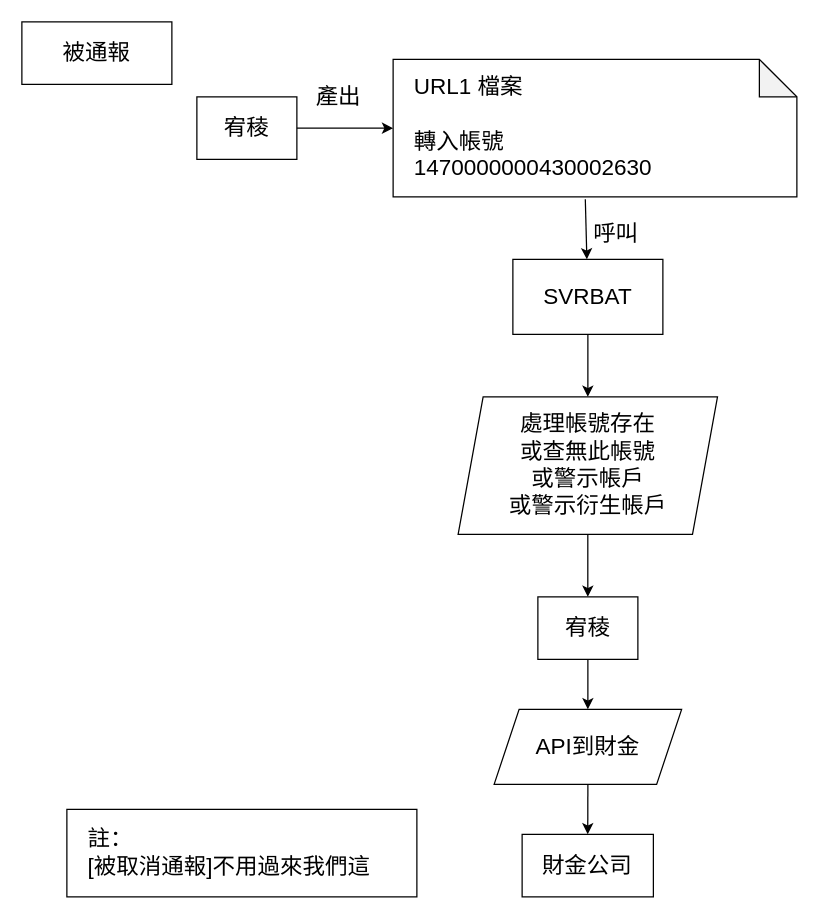
yeahyeah0606/yeahyeah0606.github.io keeps this draw.io diagram as page "被通報" (6 of 6) of 約轉灰名單架構.drawio. Above is the earlier version. Source tidied: cells renumbered, new cells numbered last; positions are measured from the earlier drawing's top-left corner, leaving out a move shared by most shapes. Both pictures are drawn from the tidied source at 125%, with x=0, y=0 at pixel (21, 21).
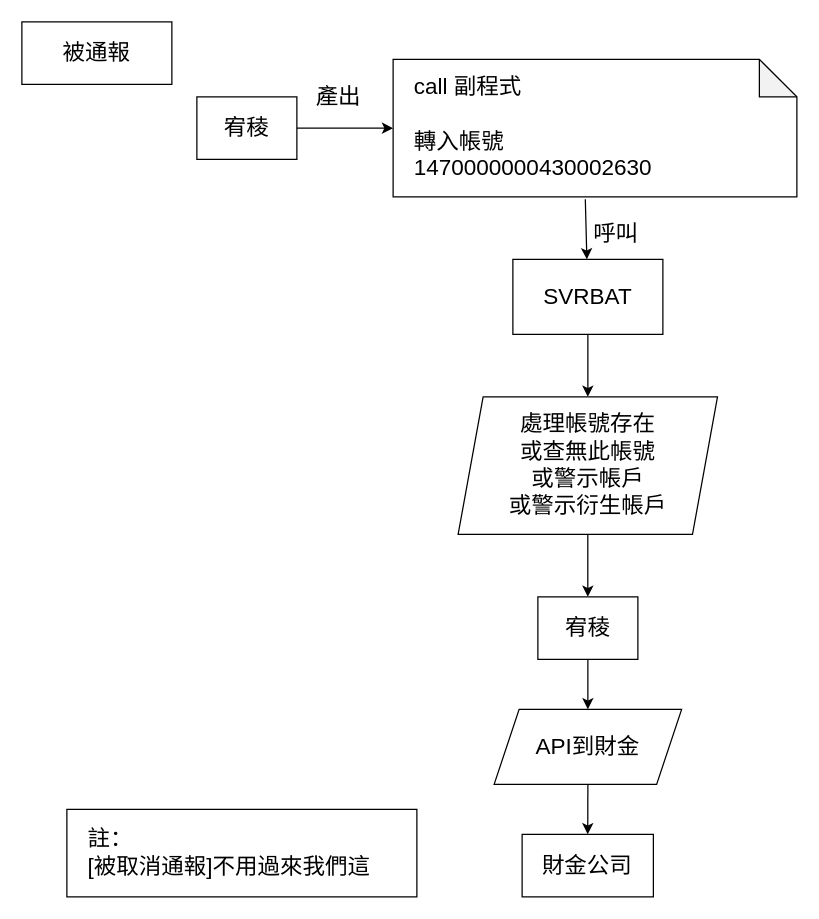
Above is the later version.

The edit, as a diff of the source:
```diff
@@
 <mxGraphModel>
   <root>
     <mxCell id="0" />
     <mxCell id="1" parent="0" />
     <mxCell id="2" value="&lt;font style=&quot;font-size: 18px;&quot;&gt;&amp;nbsp; &amp;nbsp;註：&lt;br&gt;&amp;nbsp; &amp;nbsp;[被取消通報]不用過來我們這&lt;/font&gt;" style="rounded=0;whiteSpace=wrap;html=1;align=left;" parent="1" vertex="1">
       <mxGeometry x="36" y="630" width="280" height="70" as="geometry" />
     </mxCell>
     <mxCell id="3" value="&lt;font style=&quot;font-size: 18px;&quot;&gt;宥稜&lt;/font&gt;" style="rounded=0;whiteSpace=wrap;html=1;" parent="1" vertex="1">
       <mxGeometry x="140" y="60" width="80" height="50" as="geometry" />
     </mxCell>
     <mxCell id="4" value="&lt;font style=&quot;font-size: 18px;&quot;&gt;SVRBAT&lt;/font&gt;" style="rounded=0;whiteSpace=wrap;html=1;" parent="1" vertex="1">
       <mxGeometry x="392.8" y="190" width="120" height="60" as="geometry" />
     </mxCell>
     <mxCell id="5" value="&lt;span style=&quot;font-size: 18px;&quot;&gt;呼叫&lt;/span&gt;" style="text;html=1;align=center;verticalAlign=middle;strokeColor=none;fillColor=none;" parent="1" vertex="1">
       <mxGeometry x="445.2" y="150" width="60" height="40" as="geometry" />
     </mxCell>
     <mxCell id="6" value="&lt;font style=&quot;font-size: 18px;&quot;&gt;處理帳號存在&lt;br&gt;或查無此帳號&lt;br&gt;或警示帳戶&lt;br&gt;或警示衍生帳戶&lt;br&gt;&lt;/font&gt;" style="shape=parallelogram;perimeter=parallelogramPerimeter;whiteSpace=wrap;html=1;fixedSize=1;" parent="1" vertex="1">
       <mxGeometry x="349" y="300" width="207.5" height="110" as="geometry" />
     </mxCell>
     <mxCell id="7" value="&lt;font style=&quot;font-size: 18px;&quot;&gt;宥稜&lt;/font&gt;" style="rounded=0;whiteSpace=wrap;html=1;" parent="1" vertex="1">
       <mxGeometry x="412.8" y="460" width="80" height="50" as="geometry" />
     </mxCell>
     <mxCell id="8" style="endArrow=classic;html=1;rounded=0;exitX=0.5;exitY=1;exitDx=0;exitDy=0;" parent="1" edge="1" source="6" target="7">
       <mxGeometry relative="1" as="geometry" />
     </mxCell>
     <mxCell id="9" value="&lt;span style=&quot;font-size: 18px;&quot;&gt;API到財金&lt;/span&gt;" style="shape=parallelogram;perimeter=parallelogramPerimeter;whiteSpace=wrap;html=1;fixedSize=1;" parent="1" vertex="1">
       <mxGeometry x="377.8" y="550" width="150" height="60" as="geometry" />
     </mxCell>
     <mxCell id="10" style="endArrow=classic;html=1;rounded=0;exitX=0.5;exitY=1;exitDx=0;exitDy=0;" parent="1" edge="1" source="7" target="9">
       <mxGeometry relative="1" as="geometry" />
     </mxCell>
     <mxCell id="11" style="endArrow=classic;html=1;rounded=0;exitX=0.5;exitY=1;exitDx=0;exitDy=0;entryX=0.5;entryY=0;entryDx=0;entryDy=0;" parent="1" edge="1" source="9" target="17">
       <mxGeometry relative="1" as="geometry" />
     </mxCell>
-    <mxCell id="12" value="&lt;font style=&quot;font-size: 18px;&quot;&gt;&amp;nbsp; &amp;nbsp;URL1 檔案&lt;br&gt;&lt;br&gt;&amp;nbsp; &amp;nbsp;轉入帳號&amp;nbsp; &amp;nbsp; &amp;nbsp; &amp;nbsp; &amp;nbsp; &amp;nbsp; &amp;nbsp; &amp;nbsp; &amp;nbsp; &amp;nbsp; &amp;nbsp; &amp;nbsp; &amp;nbsp;&amp;nbsp;&lt;br&gt;&amp;nbsp; &amp;nbsp;1470000000430002630&amp;nbsp;&amp;nbsp;&lt;br&gt;&lt;/font&gt;" style="shape=note;whiteSpace=wrap;html=1;backgroundOutline=1;darkOpacity=0.05;align=left;" parent="1" vertex="1">
+    <mxCell id="12" value="&lt;font style=&quot;font-size: 18px;&quot;&gt;&amp;nbsp; &amp;nbsp;call 副程式&lt;br&gt;&lt;br&gt;&amp;nbsp; &amp;nbsp;轉入帳號&amp;nbsp; &amp;nbsp; &amp;nbsp; &amp;nbsp; &amp;nbsp; &amp;nbsp; &amp;nbsp; &amp;nbsp; &amp;nbsp; &amp;nbsp; &amp;nbsp; &amp;nbsp; &amp;nbsp;&amp;nbsp;&lt;br&gt;&amp;nbsp; &amp;nbsp;1470000000430002630&amp;nbsp;&amp;nbsp;&lt;br&gt;&lt;/font&gt;" style="shape=note;whiteSpace=wrap;html=1;backgroundOutline=1;darkOpacity=0.05;align=left;" parent="1" vertex="1">
       <mxGeometry x="297" y="30" width="323" height="110" as="geometry" />
     </mxCell>
     <mxCell id="13" style="endArrow=classic;html=1;rounded=0;exitX=1;exitY=0.5;exitDx=0;exitDy=0;entryX=0;entryY=0.5;entryDx=0;entryDy=0;entryPerimeter=0;" parent="1" edge="1" source="3" target="12">
       <mxGeometry relative="1" as="geometry" />
     </mxCell>
     <mxCell id="14" value="&lt;font style=&quot;font-size: 18px;&quot;&gt;產出&lt;/font&gt;" style="text;html=1;align=center;verticalAlign=middle;strokeColor=none;fillColor=none;" parent="1" vertex="1">
       <mxGeometry x="223" y="40" width="60" height="40" as="geometry" />
     </mxCell>
     <mxCell id="15" style="endArrow=classic;html=1;rounded=0;exitX=0.476;exitY=1.018;exitDx=0;exitDy=0;exitPerimeter=0;" parent="1" edge="1" source="12" target="4">
       <mxGeometry relative="1" as="geometry" />
     </mxCell>
     <mxCell id="16" style="endArrow=classic;html=1;rounded=0;exitX=0.5;exitY=1;exitDx=0;exitDy=0;" parent="1" edge="1" source="4" target="6">
       <mxGeometry relative="1" as="geometry" />
     </mxCell>
     <mxCell id="17" value="&lt;font style=&quot;font-size: 18px;&quot;&gt;財金公司&lt;/font&gt;" style="rounded=0;whiteSpace=wrap;html=1;" parent="1" vertex="1">
       <mxGeometry x="400.2" y="650" width="105" height="50" as="geometry" />
     </mxCell>
     <mxCell id="18" value="&lt;font style=&quot;font-size: 18px;&quot;&gt;被通報&lt;/font&gt;" style="rounded=0;whiteSpace=wrap;html=1;" parent="1" vertex="1">
       <mxGeometry width="120" height="50" as="geometry" />
     </mxCell>
   </root>
 </mxGraphModel>
```
